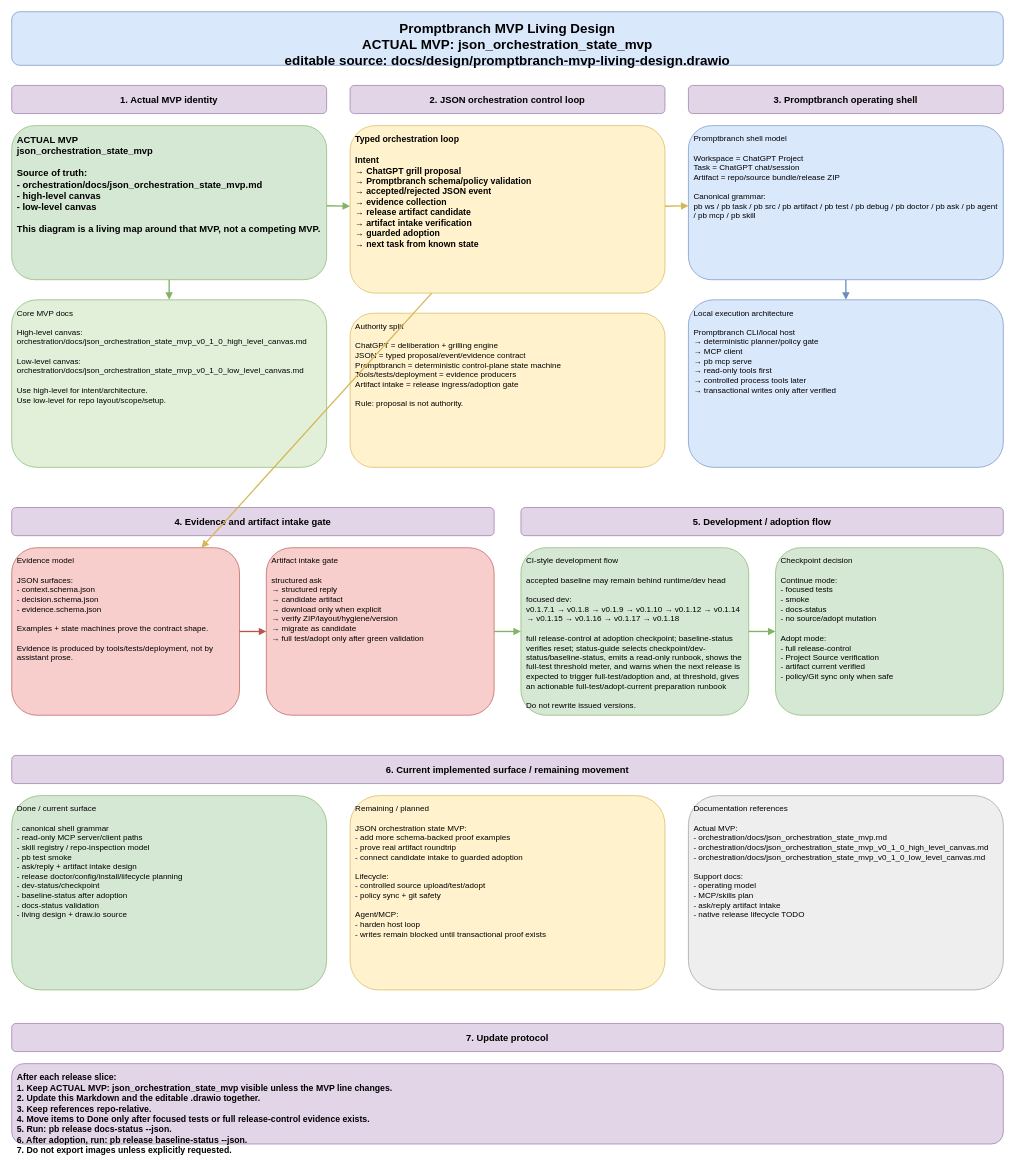
spikkie/promptbranch keeps this draw.io diagram as docs/design/promptbranch-mvp-living-design.drawio. Above is the earlier version. Source tidied: cells renumbered, new cells numbered last; positions are measured from the earlier drawing's top-left corner, leaving out a move shared by most shapes. Both pictures are drawn from the tidied source at 67%, with x=0, y=0 at pixel (11, 11).
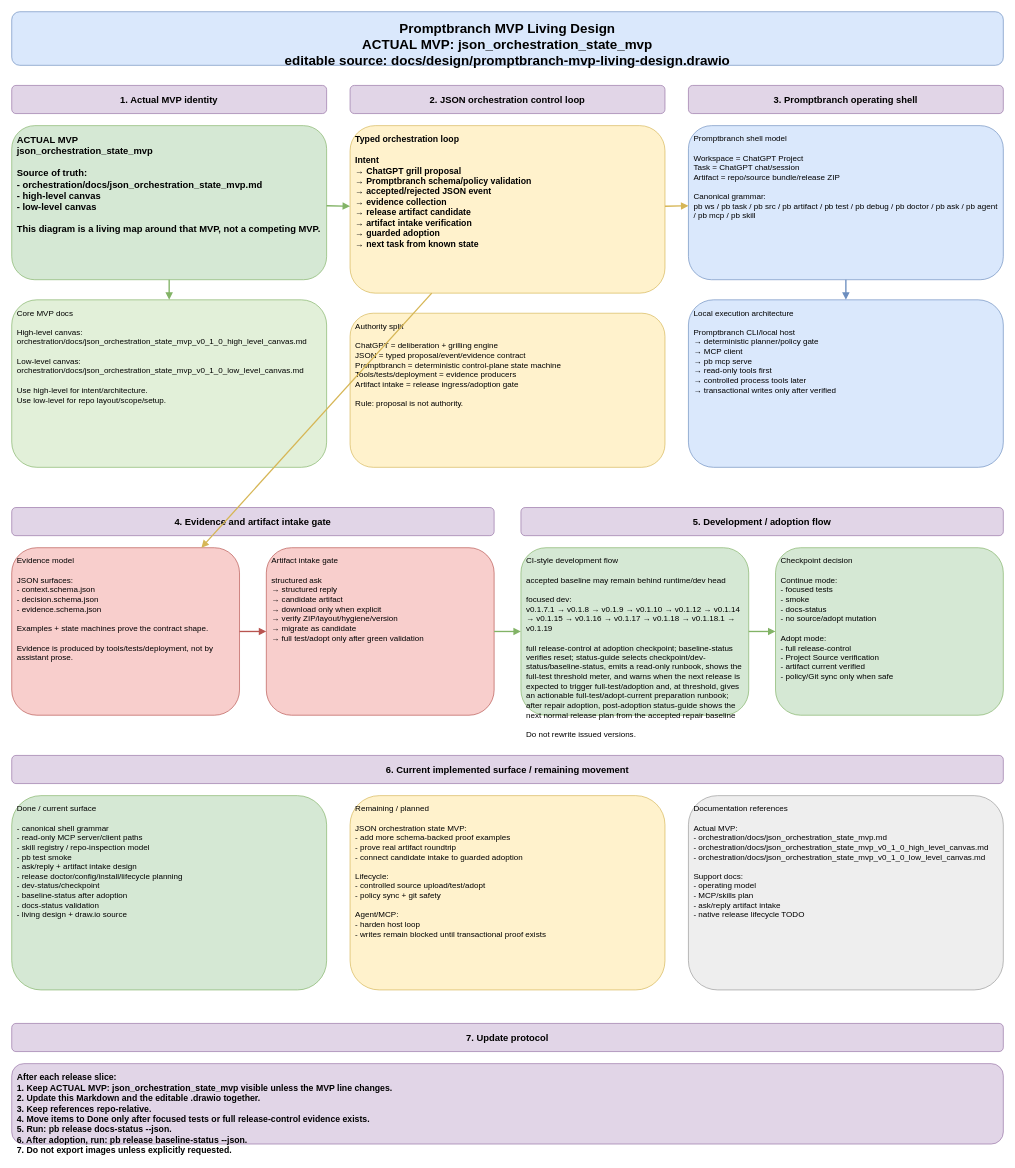
The same diagram, later.

The edit, as a diff of the source:
```diff
@@
-    <mxCell id="20" value="CI-style development flow&#10;&#10;accepted baseline may remain behind runtime/dev head&#10;&#10;focused dev:&#10;v0.1.7.1 → v0.1.8 → v0.1.9 → v0.1.10 → v0.1.12 → v0.1.14 → v0.1.15 → v0.1.16 → v0.1.17 → v0.1.18&#10;&#10;full release-control at adoption checkpoint; baseline-status verifies reset; status-guide selects checkpoint/dev-status/baseline-status, emits a read-only runbook, shows the full-test threshold meter, and warns when the next release is expected to trigger full-test/adoption and, at threshold, gives an actionable full-test/adopt-current preparation runbook&#10;&#10;Do not rewrite issued versions." style="rounded=1;whiteSpace=wrap;html=1;fillColor=#d5e8d4;strokeColor=#82b366;fontSize=12;align=left;verticalAlign=top;spacing=8;" parent="1" vertex="1">
+    <mxCell id="20" value="CI-style development flow&#10;&#10;accepted baseline may remain behind runtime/dev head&#10;&#10;focused dev:&#10;v0.1.7.1 → v0.1.8 → v0.1.9 → v0.1.10 → v0.1.12 → v0.1.14 → v0.1.15 → v0.1.16 → v0.1.17 → v0.1.18 → v0.1.18.1 → v0.1.19&#10;&#10;full release-control at adoption checkpoint; baseline-status verifies reset; status-guide selects checkpoint/dev-status/baseline-status, emits a read-only runbook, shows the full-test threshold meter, and warns when the next release is expected to trigger full-test/adoption and, at threshold, gives an actionable full-test/adopt-current preparation runbook; after repair adoption, post-adoption status-guide shows the next normal release plan from the accepted repair baseline&#10;&#10;Do not rewrite issued versions." style="rounded=1;whiteSpace=wrap;html=1;fillColor=#d5e8d4;strokeColor=#82b366;fontSize=12;align=left;verticalAlign=top;spacing=8;" parent="1" vertex="1">
       <mxGeometry x="760" y="800" width="340" height="250" as="geometry" />
     </mxCell>
```
